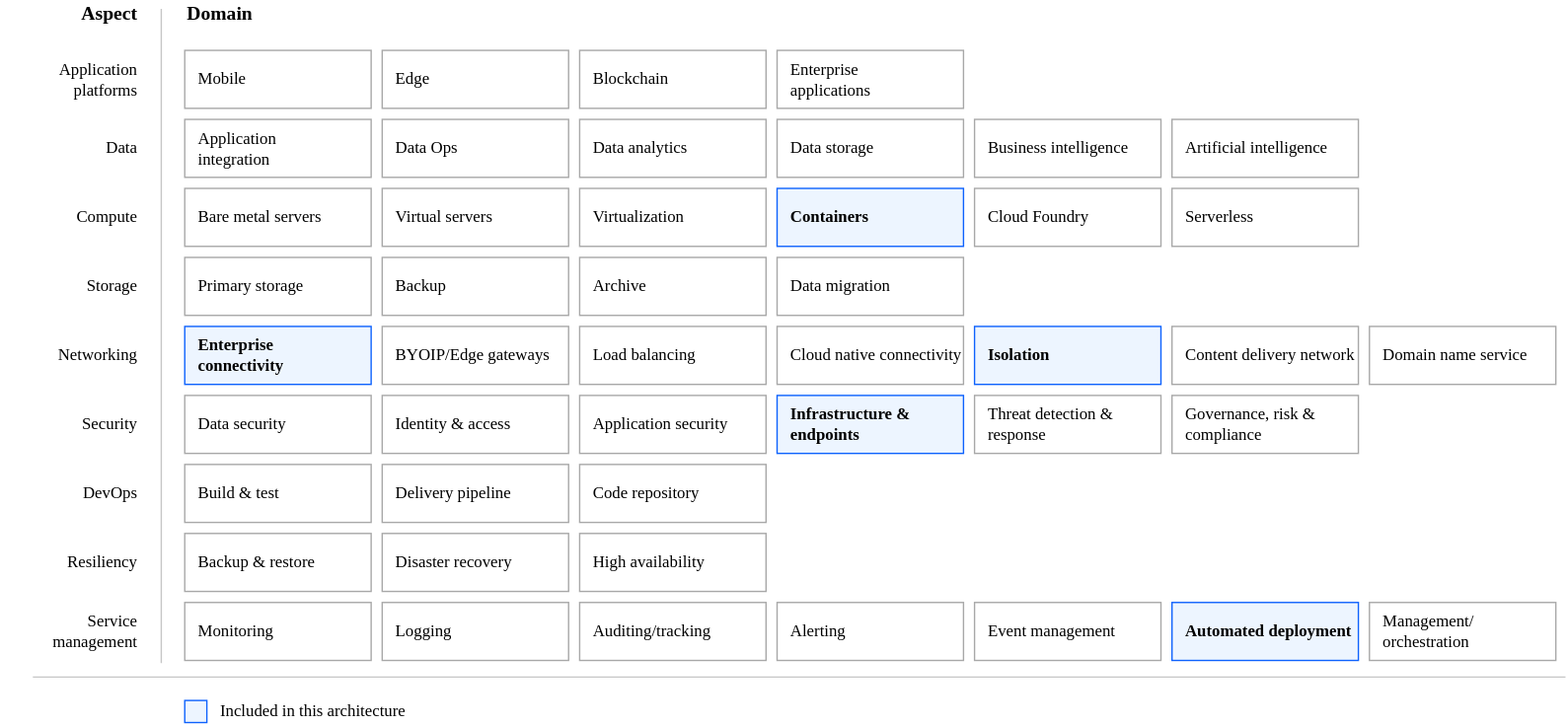
Above: reference-architectures/heat-map-deploy-arch-slz-ocp.svg in terraform-ibm-modules/terraform-ibm-landing-zone (draw.io), before the change. Source tidied: cells renumbered, new cells last; positions are measured from the earlier drawing's top-left corner, leaving out a move shared by most shapes.
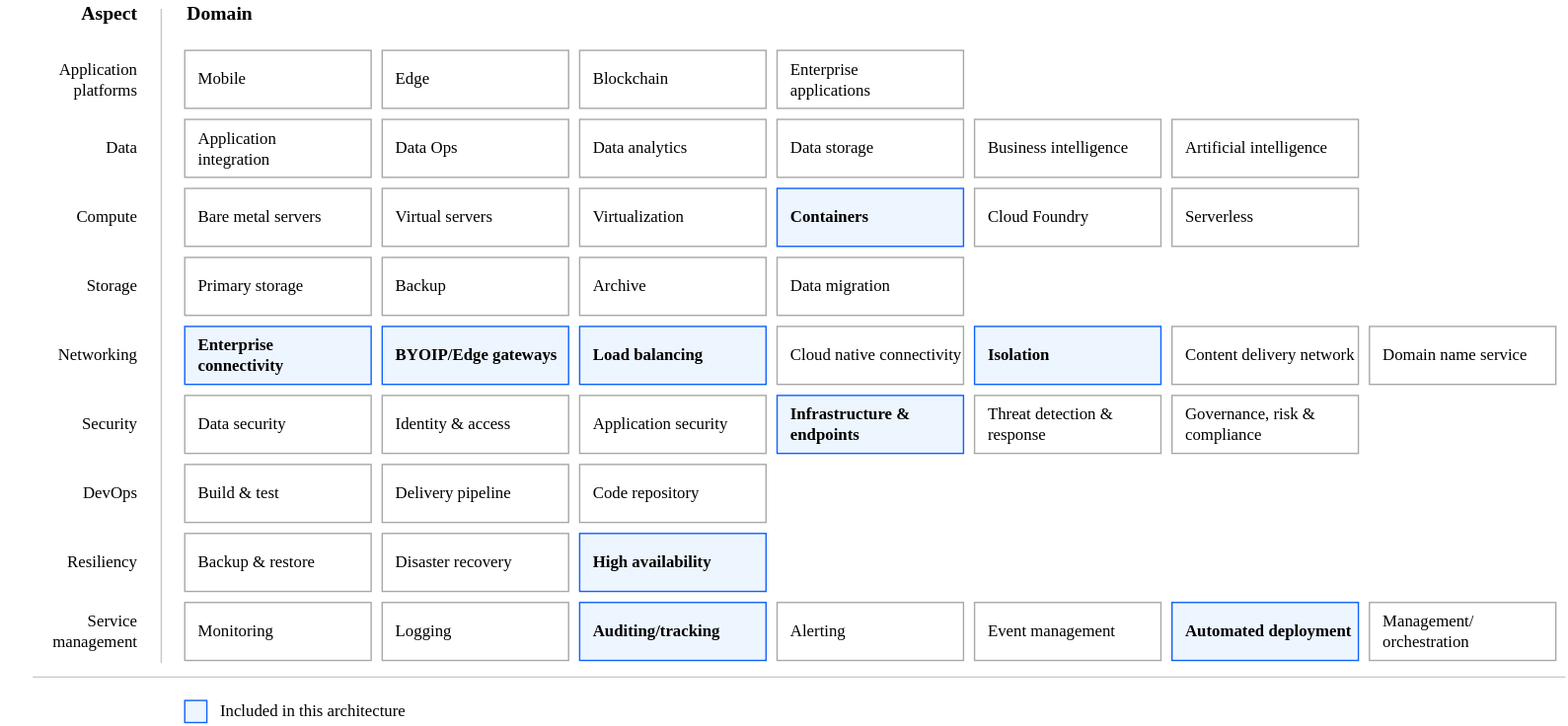
The same file after the commit.

Commit message:
docs: update ocp after review

The edit, as a diff of the source:
```diff
@@ -74,10 +74,10 @@
     <mxCell id="25" value="Data migration" style="rounded=0;whiteSpace=wrap;html=1;strokeColor=#A8A8A8;align=left;spacingLeft=8;fontFamily=IBM Plex Sans;fillColor=default;fontStyle=0;" parent="1" vertex="1">
       <mxGeometry x="562" y="186" width="135" height="42" as="geometry" />
     </mxCell>
-    <mxCell id="26" value="BYOIP/Edge gateways" style="rounded=0;whiteSpace=wrap;html=1;strokeColor=#A8A8A8;align=left;spacingLeft=8;fontFamily=IBM Plex Sans;fillColor=default;fontStyle=0;" parent="1" vertex="1">
+    <mxCell id="26" value="BYOIP/Edge gateways" style="rounded=0;whiteSpace=wrap;html=1;strokeColor=#0E62FD;align=left;spacingLeft=8;fontFamily=IBM Plex Sans;fillColor=#EDF5FF;fontStyle=1;" parent="1" vertex="1">
       <mxGeometry x="276" y="236" width="135" height="42" as="geometry" />
     </mxCell>
-    <mxCell id="27" value="Load balancing" style="rounded=0;whiteSpace=wrap;html=1;strokeColor=#A8A8A8;align=left;spacingLeft=8;fontFamily=IBM Plex Sans;fillColor=default;fontStyle=0;" parent="1" vertex="1">
+    <mxCell id="27" value="Load balancing" style="rounded=0;whiteSpace=wrap;html=1;strokeColor=#0E62FD;align=left;spacingLeft=8;fontFamily=IBM Plex Sans;fillColor=#EDF5FF;fontStyle=1;" parent="1" vertex="1">
       <mxGeometry x="419" y="236" width="135" height="42" as="geometry" />
     </mxCell>
     <mxCell id="28" value="Cloud native connectivity" style="rounded=0;whiteSpace=wrap;html=1;strokeColor=#A8A8A8;align=left;spacingLeft=8;fontFamily=IBM Plex Sans;fillColor=default;fontStyle=0;" parent="1" vertex="1">
@@ -116,13 +116,13 @@
     <mxCell id="39" value="Disaster recovery" style="rounded=0;whiteSpace=wrap;html=1;strokeColor=#A8A8A8;align=left;spacingLeft=8;fontFamily=IBM Plex Sans;fillColor=default;fontStyle=0;" parent="1" vertex="1">
       <mxGeometry x="276" y="386" width="135" height="42" as="geometry" />
     </mxCell>
-    <mxCell id="40" value="High availability" style="rounded=0;whiteSpace=wrap;html=1;strokeColor=#A8A8A8;align=left;spacingLeft=8;fontFamily=IBM Plex Sans;fillColor=default;fontStyle=0;" parent="1" vertex="1">
+    <mxCell id="40" value="High availability" style="rounded=0;whiteSpace=wrap;html=1;strokeColor=#0E62FD;align=left;spacingLeft=8;fontFamily=IBM Plex Sans;fillColor=#EDF5FF;fontStyle=1;" parent="1" vertex="1">
       <mxGeometry x="419" y="386" width="135" height="42" as="geometry" />
     </mxCell>
     <mxCell id="41" value="Logging" style="rounded=0;whiteSpace=wrap;html=1;strokeColor=#A8A8A8;align=left;spacingLeft=8;fontFamily=IBM Plex Sans;fillColor=default;fontStyle=0;" parent="1" vertex="1">
       <mxGeometry x="276" y="436" width="135" height="42" as="geometry" />
     </mxCell>
-    <mxCell id="42" value="Auditing/tracking" style="rounded=0;whiteSpace=wrap;html=1;strokeColor=#A8A8A8;align=left;spacingLeft=8;fontFamily=IBM Plex Sans;fillColor=default;fontStyle=0;" parent="1" vertex="1">
+    <mxCell id="42" value="Auditing/tracking" style="rounded=0;whiteSpace=wrap;html=1;strokeColor=#0E62FD;align=left;spacingLeft=8;fontFamily=IBM Plex Sans;fillColor=#EDF5FF;fontStyle=1;" parent="1" vertex="1">
       <mxGeometry x="419" y="436" width="135" height="42" as="geometry" />
     </mxCell>
     <mxCell id="43" value="Alerting" style="rounded=0;whiteSpace=wrap;html=1;strokeColor=#A8A8A8;align=left;spacingLeft=8;fontFamily=IBM Plex Sans;fillColor=default;fontStyle=0;" parent="1" vertex="1">
```
